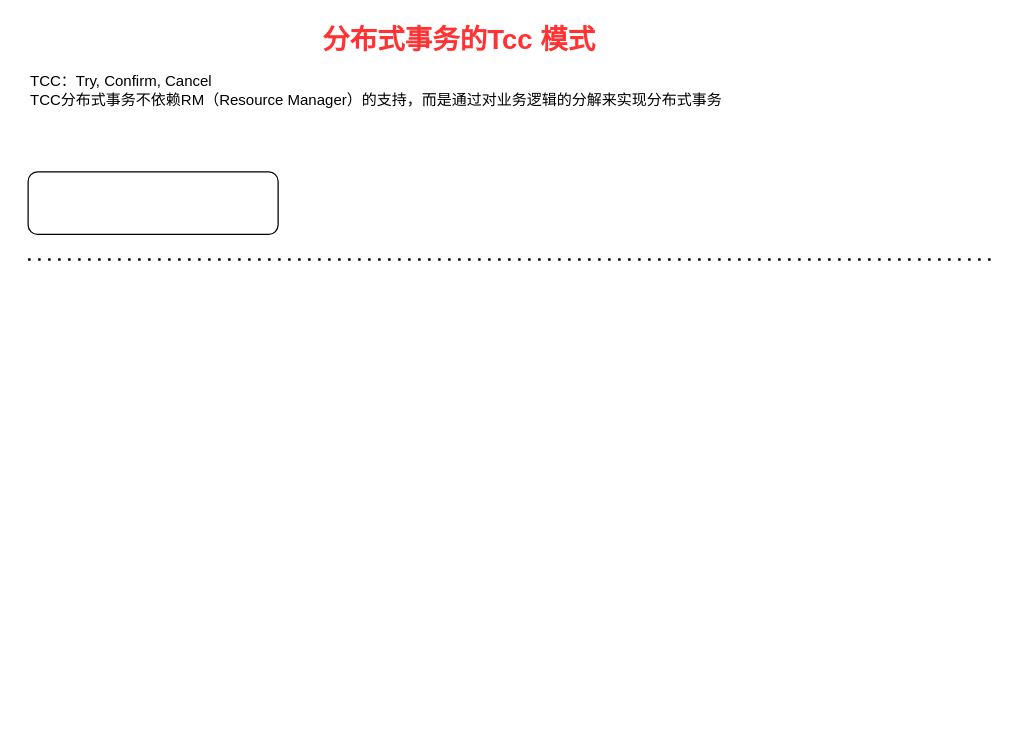
This is 未命名绘图.drawio from zhgao/fromMac, a draw.io file, before an edit. Source tidied: cells renumbered, new cells numbered last; positions are measured from the earlier drawing's top-left corner, leaving out a move shared by most shapes. Both pictures are drawn from the tidied source at 125%, with x=0, y=0 at pixel (28, 21).
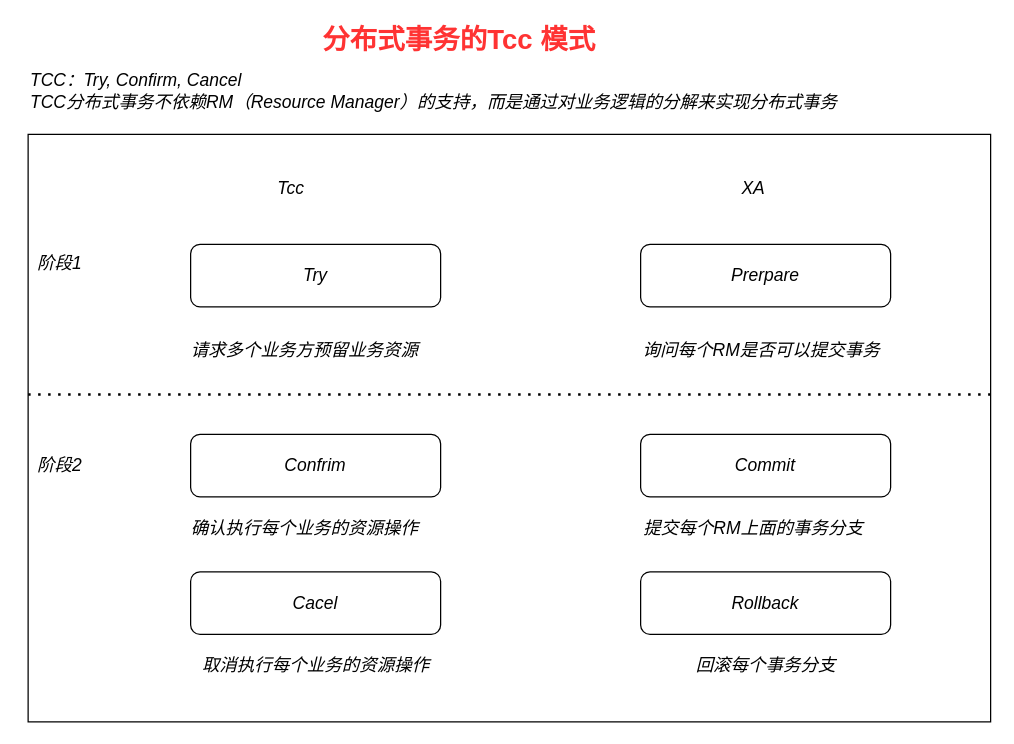
The same page after the edit.

Change to the diagram source:
```diff
@@
+    <mxCell id="6" style="whiteSpace=wrap;html=1;labelBackgroundColor=#FFFFCC;labelBorderColor=#67a7f8;textShadow=1;" parent="1" vertex="1">
+      <mxGeometry y="90" width="770" height="470" as="geometry" />
+    </mxCell>
-    <mxCell id="2" style="rounded=1;whiteSpace=wrap;html=1;" parent="1" vertex="1">
-      <mxGeometry y="120" width="200" height="50" as="geometry" />
+    <mxCell id="2" value="Try" style="rounded=1;whiteSpace=wrap;html=1;fontStyle=2;fontSize=14;" parent="1" vertex="1">
+      <mxGeometry x="130" y="178" width="200" height="50" as="geometry" />
     </mxCell>
@@
-    <mxCell id="4" style="endArrow=none;dashed=1;html=1;dashPattern=1 3;strokeWidth=2;rounded=0;" parent="1" edge="1">
+    <mxCell id="4" style="endArrow=none;dashed=1;html=1;dashPattern=1 3;strokeWidth=2;rounded=0;fontStyle=2;fontSize=14;" parent="1" edge="1">
       <mxGeometry relative="1" as="geometry">
-        <mxPoint y="190" as="sourcePoint" />
-        <mxPoint x="770" y="190" as="targetPoint" />
+        <mxPoint y="298" as="sourcePoint" />
+        <mxPoint x="770" y="298" as="targetPoint" />
       </mxGeometry>
     </mxCell>
-    <mxCell id="5" value="TCC：Try, Confirm, Cancel&lt;div&gt;TCC分布式事务不依赖RM（Resource Manager）的支持，而是通过对业务逻辑的分解来实现分布式事务&lt;/div&gt;" style="text;html=1;align=left;verticalAlign=middle;whiteSpace=wrap;rounded=0;" parent="1" vertex="1">
-      <mxGeometry y="30" width="570" height="50" as="geometry" />
+    <mxCell id="5" value="TCC：Try, Confirm, Cancel&lt;div style=&quot;font-size: 14px;&quot;&gt;TCC分布式事务不依赖RM（Resource Manager）的支持，而是通过对业务逻辑的分解来实现分布式事务&lt;/div&gt;" style="text;html=1;align=left;verticalAlign=middle;whiteSpace=wrap;rounded=0;fontStyle=2;fontSize=14;" parent="1" vertex="1">
+      <mxGeometry y="30" width="730" height="50" as="geometry" />
     </mxCell>
+    <mxCell id="7" value="Prerpare" style="rounded=1;whiteSpace=wrap;html=1;fontStyle=2;fontSize=14;" parent="1" vertex="1">
+      <mxGeometry x="490" y="178" width="200" height="50" as="geometry" />
+    </mxCell>
+    <mxCell id="8" value="Commit" style="rounded=1;whiteSpace=wrap;html=1;fontStyle=2;fontSize=14;" parent="1" vertex="1">
+      <mxGeometry x="490" y="330" width="200" height="50" as="geometry" />
+    </mxCell>
+    <mxCell id="9" value="Confrim" style="rounded=1;whiteSpace=wrap;html=1;fontStyle=2;fontSize=14;" parent="1" vertex="1">
+      <mxGeometry x="130" y="330" width="200" height="50" as="geometry" />
+    </mxCell>
+    <mxCell id="10" value="Rollback" style="rounded=1;whiteSpace=wrap;html=1;fontStyle=2;fontSize=14;" parent="1" vertex="1">
+      <mxGeometry x="490" y="440" width="200" height="50" as="geometry" />
+    </mxCell>
+    <mxCell id="11" value="Cacel" style="rounded=1;whiteSpace=wrap;html=1;fontStyle=2;fontSize=14;" parent="1" vertex="1">
+      <mxGeometry x="130" y="440" width="200" height="50" as="geometry" />
+    </mxCell>
+    <mxCell id="12" value="Tcc" style="text;html=1;align=center;verticalAlign=middle;strokeColor=none;fillColor=none;fontStyle=2;fontSize=14;" parent="1" vertex="1">
+      <mxGeometry x="190" y="118" width="40" height="30" as="geometry" />
+    </mxCell>
+    <mxCell id="13" value="XA" style="text;html=1;align=center;verticalAlign=middle;strokeColor=none;fillColor=none;fontStyle=2;fontSize=14;" parent="1" vertex="1">
+      <mxGeometry x="560" y="118" width="40" height="30" as="geometry" />
+    </mxCell>
+    <mxCell id="14" value="阶段1" style="text;html=1;align=center;verticalAlign=middle;strokeColor=none;fillColor=none;fontStyle=2;fontSize=14;" parent="1" vertex="1">
+      <mxGeometry x="-5" y="178" width="60" height="30" as="geometry" />
+    </mxCell>
+    <mxCell id="15" value="阶段2" style="text;html=1;align=center;verticalAlign=middle;strokeColor=none;fillColor=none;fontStyle=2;fontSize=14;" parent="1" vertex="1">
+      <mxGeometry x="-5" y="340" width="60" height="30" as="geometry" />
+    </mxCell>
+    <mxCell id="16" value="请求多个业务方预留业务资源" style="text;html=1;align=center;verticalAlign=middle;strokeColor=none;fillColor=none;fontStyle=2;fontSize=14;" parent="1" vertex="1">
+      <mxGeometry x="116" y="248" width="210" height="30" as="geometry" />
+    </mxCell>
+    <mxCell id="17" value="询问每个RM是否可以提交事务" style="text;html=1;align=left;verticalAlign=middle;strokeColor=none;fillColor=none;fontStyle=2;fontSize=14;" parent="1" vertex="1">
+      <mxGeometry x="490" y="248" width="210" height="30" as="geometry" />
+    </mxCell>
+    <mxCell id="18" value="确认执行每个业务的资源操作" style="text;html=1;align=center;verticalAlign=middle;strokeColor=none;fillColor=none;fontStyle=2;fontSize=14;" parent="1" vertex="1">
+      <mxGeometry x="116" y="390" width="210" height="30" as="geometry" />
+    </mxCell>
+    <mxCell id="19" value="取消执行每个业务的资源操作" style="text;html=1;align=center;verticalAlign=middle;strokeColor=none;fillColor=none;fontStyle=2;fontSize=14;" parent="1" vertex="1">
+      <mxGeometry x="125" y="500" width="210" height="30" as="geometry" />
+    </mxCell>
+    <mxCell id="20" value="回滚每个事务分支" style="text;html=1;align=center;verticalAlign=middle;strokeColor=none;fillColor=none;fontStyle=2;fontSize=14;" parent="1" vertex="1">
+      <mxGeometry x="520" y="500" width="140" height="30" as="geometry" />
+    </mxCell>
+    <mxCell id="21" value="提交每个RM上面的事务分支" style="text;html=1;align=center;verticalAlign=middle;strokeColor=none;fillColor=none;fontStyle=2;fontSize=14;" parent="1" vertex="1">
+      <mxGeometry x="480" y="390" width="200" height="30" as="geometry" />
+    </mxCell>
```
